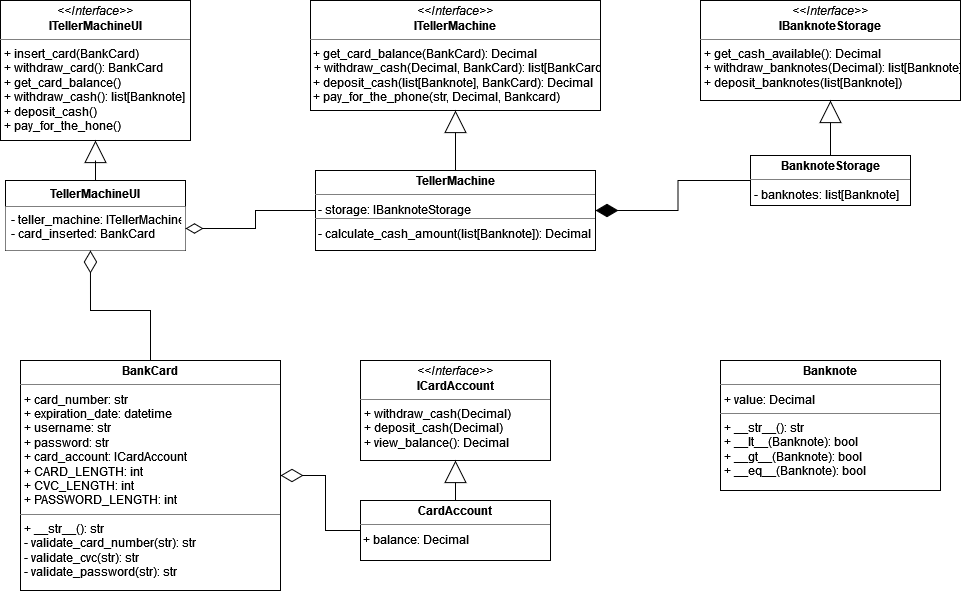
Before: FirstLab/class_diagram.drawio.png, a diagram exported from draw.io (Hopelite/intelligent-system-programming). Source tidied: cells renumbered, new cells last; positions are measured from the earlier drawing's top-left corner, leaving out a move shared by most shapes.
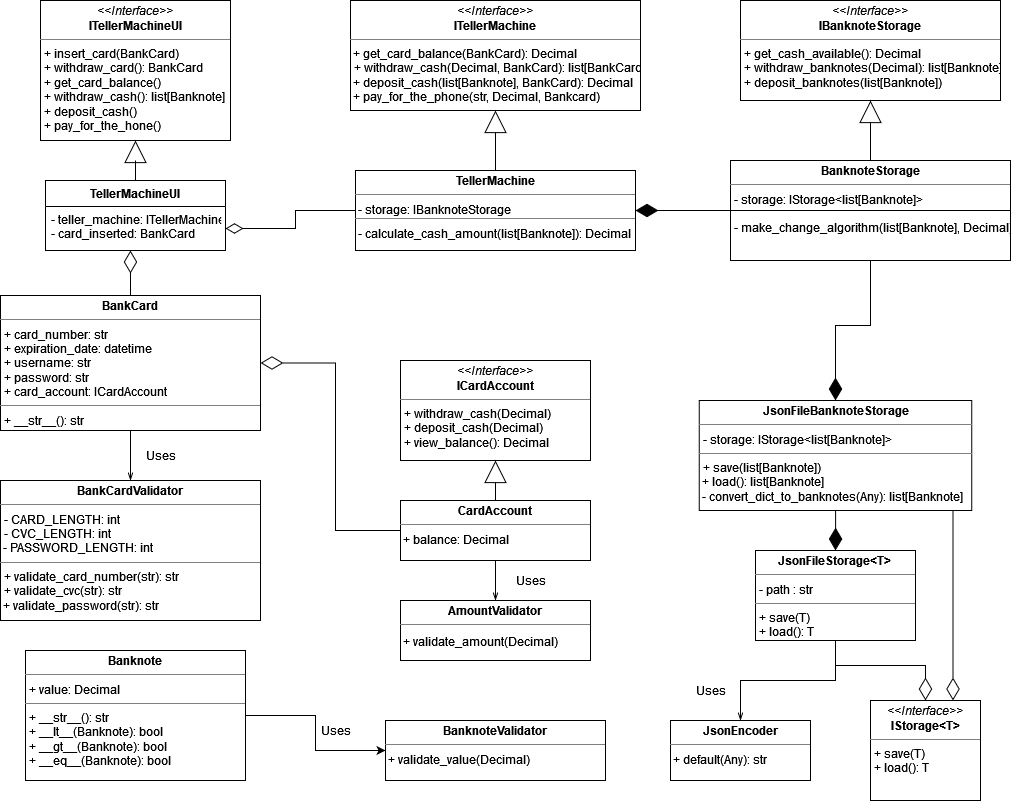
After the commit.

Commit message:
feat: update class diagram

Change to the diagram source:
```diff
@@ -11,7 +11,7 @@
     <mxCell id="4" value="TellerMachineUI" style="swimlane;fontStyle=1;align=center;verticalAlign=top;horizontal=1;startSize=26;labelBackgroundColor=none;fontColor=#000000;" parent="1" vertex="1">
       <mxGeometry x="5" y="180" width="180" height="70" as="geometry" />
     </mxCell>
-    <mxCell id="5" value="- teller_machine: ITellerMachine&#10;- card_inserted: BankCard&#10;" style="text;align=left;verticalAlign=top;spacingLeft=4;spacingRight=4;overflow=hidden;points=[[0,0.5],[1,0.5]];portConstraint=eastwest;labelBackgroundColor=#FFFFFF;fillColor=default;" parent="4" vertex="1">
+    <mxCell id="5" value="- teller_machine: ITellerMachine&#10;- card_inserted: BankCard&#10;" style="text;strokeColor=none;fillColor=none;align=left;verticalAlign=top;spacingLeft=4;spacingRight=4;overflow=hidden;points=[[0,0.5],[1,0.5]];portConstraint=eastwest;labelBackgroundColor=none;fontColor=#000000;" parent="4" vertex="1">
       <mxGeometry y="26" width="180" height="44" as="geometry" />
     </mxCell>
     <mxCell id="6" value="&lt;p style=&quot;margin: 0px ; margin-top: 4px ; text-align: center&quot;&gt;&lt;i&gt;&amp;lt;&amp;lt;Interface&amp;gt;&amp;gt;&lt;/i&gt;&lt;br&gt;&lt;b&gt;ITellerMachine&lt;/b&gt;&lt;/p&gt;&lt;hr size=&quot;1&quot;&gt;&amp;nbsp;+ get_card_balance(BankCard): Decimal&lt;br&gt;&lt;p style=&quot;margin: 0px ; margin-left: 4px&quot;&gt;+ withdraw_cash(Decimal, BankCard): list[BankCard]&lt;/p&gt;&lt;div&gt;&amp;nbsp;+ deposit_cash(list[Banknote], BankCard): Decimal&lt;/div&gt;&lt;div&gt;&amp;nbsp;+ pay_for_the_phone(str, Decimal, Bankcard)&lt;br&gt;&lt;/div&gt;" style="verticalAlign=top;align=left;overflow=fill;fontSize=12;fontFamily=Helvetica;html=1;labelBackgroundColor=none;fontColor=#000000;" parent="1" vertex="1">
@@ -35,8 +35,11 @@
     <mxCell id="12" style="edgeStyle=orthogonalEdgeStyle;rounded=0;jettySize=auto;html=1;entryX=0.5;entryY=1;entryDx=0;entryDy=0;fontColor=#000000;endArrow=block;endFill=0;endSize=20;" parent="1" edge="1" source="13" target="10">
       <mxGeometry relative="1" as="geometry" />
     </mxCell>
+    <mxCell id="21" style="edgeStyle=orthogonalEdgeStyle;rounded=0;jettySize=auto;html=1;entryX=0.5;entryY=0;entryDx=0;entryDy=0;fontColor=#000000;endArrow=diamondThin;endFill=1;endSize=20;strokeWidth=1;" parent="1" edge="1" source="13" target="35">
+      <mxGeometry relative="1" as="geometry" />
+    </mxCell>
-    <mxCell id="13" value="&lt;p style=&quot;margin: 0px ; margin-top: 4px ; text-align: center&quot;&gt;&lt;b&gt;BanknoteStorage&lt;/b&gt;&lt;/p&gt;&lt;hr size=&quot;1&quot;&gt;&lt;p style=&quot;margin: 0px ; margin-left: 4px&quot;&gt;- banknotes: list[Banknote]&lt;br&gt;&lt;/p&gt;" style="verticalAlign=top;align=left;overflow=fill;fontSize=12;fontFamily=Helvetica;html=1;labelBackgroundColor=none;fontColor=#000000;" parent="1" vertex="1">
-      <mxGeometry x="750" y="155" width="160" height="50" as="geometry" />
+    <mxCell id="13" value="&lt;p style=&quot;margin: 0px ; margin-top: 4px ; text-align: center&quot;&gt;&lt;b&gt;BanknoteStorage&lt;/b&gt;&lt;/p&gt;&lt;hr size=&quot;1&quot;&gt;&lt;p style=&quot;margin: 0px ; margin-left: 4px&quot;&gt;- storage: IStorage&amp;lt;list[Banknote]&amp;gt;&lt;/p&gt;&lt;p style=&quot;margin: 0px ; margin-left: 4px&quot;&gt;&lt;br&gt;&lt;/p&gt;&lt;p style=&quot;margin: 0px ; margin-left: 4px&quot;&gt;- make_change_algorithm(list[Banknote], Decimal)&lt;br&gt;&lt;/p&gt;" style="verticalAlign=top;align=left;overflow=fill;fontSize=12;fontFamily=Helvetica;html=1;labelBackgroundColor=none;fontColor=#000000;" parent="1" vertex="1">
+      <mxGeometry x="690" y="160" width="280" height="100" as="geometry" />
     </mxCell>
     <mxCell id="14" value="&lt;p style=&quot;margin: 0px ; margin-top: 4px ; text-align: center&quot;&gt;&lt;i&gt;&amp;lt;&amp;lt;Interface&amp;gt;&amp;gt;&lt;/i&gt;&lt;br&gt;&lt;b&gt;ICardAccount&lt;/b&gt;&lt;/p&gt;&lt;hr size=&quot;1&quot;&gt;&lt;p style=&quot;margin: 0px ; margin-left: 4px&quot;&gt;+ withdraw_cash(Decimal)&lt;br&gt;+ deposit_cash(Decimal)&lt;/p&gt;&lt;p style=&quot;margin: 0px ; margin-left: 4px&quot;&gt;+ view_balance(): Decimal&lt;br&gt;&lt;/p&gt;" style="verticalAlign=top;align=left;overflow=fill;fontSize=12;fontFamily=Helvetica;html=1;labelBackgroundColor=none;fontColor=#000000;" parent="1" vertex="1">
       <mxGeometry x="360" y="360" width="190" height="100" as="geometry" />
@@ -47,17 +50,78 @@
     <mxCell id="16" style="edgeStyle=orthogonalEdgeStyle;rounded=0;jettySize=auto;html=1;entryX=1;entryY=0.5;entryDx=0;entryDy=0;fontColor=#000000;endArrow=diamondThin;endFill=0;endSize=20;" parent="1" edge="1" source="17" target="19">
       <mxGeometry relative="1" as="geometry" />
     </mxCell>
+    <mxCell id="22" style="edgeStyle=orthogonalEdgeStyle;rounded=0;jettySize=auto;html=1;entryX=0.5;entryY=0;entryDx=0;entryDy=0;fontColor=#000000;endArrow=openThin;endFill=0;endSize=6;strokeWidth=1;" parent="1" edge="1" source="17" target="37">
+      <mxGeometry relative="1" as="geometry" />
+    </mxCell>
     <mxCell id="17" value="&lt;p style=&quot;margin: 0px ; margin-top: 4px ; text-align: center&quot;&gt;&lt;b&gt;CardAccount&lt;/b&gt;&lt;/p&gt;&lt;hr size=&quot;1&quot;&gt;&lt;div style=&quot;height: 2px&quot;&gt;&amp;nbsp;+ balance: Decimal&lt;br&gt;&lt;/div&gt;" style="verticalAlign=top;align=left;overflow=fill;fontSize=12;fontFamily=Helvetica;html=1;labelBackgroundColor=none;fontColor=#000000;" parent="1" vertex="1">
       <mxGeometry x="360" y="500" width="190" height="60" as="geometry" />
     </mxCell>
     <mxCell id="18" style="edgeStyle=orthogonalEdgeStyle;rounded=0;jettySize=auto;html=1;entryX=0.472;entryY=1;entryDx=0;entryDy=0;entryPerimeter=0;fontColor=#000000;endArrow=diamondThin;endFill=0;endSize=20;" parent="1" edge="1" source="19" target="5">
       <mxGeometry relative="1" as="geometry" />
     </mxCell>
+    <mxCell id="23" style="edgeStyle=orthogonalEdgeStyle;rounded=0;jettySize=auto;html=1;entryX=0.5;entryY=0;entryDx=0;entryDy=0;fontColor=#000000;endArrow=openThin;endFill=0;endSize=6;strokeWidth=1;" parent="1" edge="1" source="19" target="39">
+      <mxGeometry relative="1" as="geometry" />
+    </mxCell>
-    <mxCell id="19" value="&lt;p style=&quot;margin: 0px ; margin-top: 4px ; text-align: center&quot;&gt;&lt;b&gt;BankCard&lt;/b&gt;&lt;br&gt;&lt;/p&gt;&lt;hr size=&quot;1&quot;&gt;&lt;p style=&quot;margin: 0px ; margin-left: 4px&quot;&gt;+ card_number: str&lt;/p&gt;&lt;p style=&quot;margin: 0px ; margin-left: 4px&quot;&gt;+ expiration_date: datetime&lt;/p&gt;&lt;p style=&quot;margin: 0px ; margin-left: 4px&quot;&gt;+ username: str&lt;/p&gt;&lt;p style=&quot;margin: 0px ; margin-left: 4px&quot;&gt;+ password: str&lt;/p&gt;&lt;p style=&quot;margin: 0px ; margin-left: 4px&quot;&gt;+ card_account: ICardAccount&lt;/p&gt;&lt;p style=&quot;margin: 0px ; margin-left: 4px&quot;&gt;+ CARD_LENGTH: int&lt;/p&gt;&lt;p style=&quot;margin: 0px ; margin-left: 4px&quot;&gt;+ CVC_LENGTH: int&lt;/p&gt;&lt;p style=&quot;margin: 0px ; margin-left: 4px&quot;&gt;+ PASSWORD_LENGTH: int&lt;br&gt;&lt;/p&gt;&lt;hr size=&quot;1&quot;&gt;&lt;p style=&quot;margin: 0px ; margin-left: 4px&quot;&gt;+ __str__(): str&lt;/p&gt;&lt;p style=&quot;margin: 0px ; margin-left: 4px&quot;&gt;- validate_card_number(str): str&lt;/p&gt;&lt;p style=&quot;margin: 0px ; margin-left: 4px&quot;&gt;- validate_cvc(str): str&lt;/p&gt;&lt;p style=&quot;margin: 0px ; margin-left: 4px&quot;&gt;- validate_password(str): str &lt;br&gt;&lt;/p&gt;" style="verticalAlign=top;align=left;overflow=fill;fontSize=12;fontFamily=Helvetica;html=1;labelBackgroundColor=none;fontColor=#000000;" parent="1" vertex="1">
-      <mxGeometry x="20" y="360" width="260" height="230" as="geometry" />
+    <mxCell id="19" value="&lt;p style=&quot;margin: 0px ; margin-top: 4px ; text-align: center&quot;&gt;&lt;b&gt;BankCard&lt;/b&gt;&lt;br&gt;&lt;/p&gt;&lt;hr size=&quot;1&quot;&gt;&lt;p style=&quot;margin: 0px ; margin-left: 4px&quot;&gt;+ card_number: str&lt;/p&gt;&lt;p style=&quot;margin: 0px ; margin-left: 4px&quot;&gt;+ expiration_date: datetime&lt;/p&gt;&lt;p style=&quot;margin: 0px ; margin-left: 4px&quot;&gt;+ username: str&lt;/p&gt;&lt;p style=&quot;margin: 0px ; margin-left: 4px&quot;&gt;+ password: str&lt;/p&gt;&lt;p style=&quot;margin: 0px ; margin-left: 4px&quot;&gt;+ card_account: ICardAccount&lt;/p&gt;&lt;hr size=&quot;1&quot;&gt;&lt;p style=&quot;margin: 0px ; margin-left: 4px&quot;&gt;+ __str__(): str&lt;/p&gt;" style="verticalAlign=top;align=left;overflow=fill;fontSize=12;fontFamily=Helvetica;html=1;labelBackgroundColor=none;fontColor=#000000;" parent="1" vertex="1">
+      <mxGeometry x="-40" y="295" width="260" height="135" as="geometry" />
     </mxCell>
+    <mxCell id="24" style="edgeStyle=orthogonalEdgeStyle;rounded=0;jettySize=auto;html=1;entryX=0;entryY=0.5;entryDx=0;entryDy=0;fontColor=#000000;" parent="1" edge="1" source="20" target="25">
+      <mxGeometry relative="1" as="geometry" />
+    </mxCell>
     <mxCell id="20" value="&lt;p style=&quot;margin: 0px ; margin-top: 4px ; text-align: center&quot;&gt;&lt;b&gt;Banknote&lt;/b&gt;&lt;/p&gt;&lt;hr size=&quot;1&quot;&gt;&lt;p style=&quot;margin: 0px ; margin-left: 4px&quot;&gt;+ value: Decimal&lt;br&gt;&lt;/p&gt;&lt;hr size=&quot;1&quot;&gt;&lt;p style=&quot;margin: 0px ; margin-left: 4px&quot;&gt;+ __str__(): str&lt;/p&gt;&lt;p style=&quot;margin: 0px ; margin-left: 4px&quot;&gt;+ __lt__(Banknote): bool&lt;/p&gt;&lt;p style=&quot;margin: 0px ; margin-left: 4px&quot;&gt;+ __gt__(Banknote): bool&lt;/p&gt;&lt;p style=&quot;margin: 0px ; margin-left: 4px&quot;&gt;+ __eq__(Banknote): bool&lt;br&gt;&lt;/p&gt;" style="verticalAlign=top;align=left;overflow=fill;fontSize=12;fontFamily=Helvetica;html=1;labelBackgroundColor=none;fontColor=#000000;" parent="1" vertex="1">
-      <mxGeometry x="720" y="360" width="220" height="130" as="geometry" />
+      <mxGeometry x="-15" y="650" width="220" height="130" as="geometry" />
     </mxCell>
+    <mxCell id="25" value="&lt;p style=&quot;margin: 0px ; margin-top: 4px ; text-align: center&quot;&gt;&lt;b&gt;BanknoteValidator&lt;/b&gt;&lt;br&gt;&lt;/p&gt;&lt;hr size=&quot;1&quot;&gt;&lt;div style=&quot;height: 2px&quot;&gt;&amp;nbsp;+ validate_value(Decimal)&lt;br&gt;&lt;/div&gt;" style="verticalAlign=top;align=left;overflow=fill;fontSize=12;fontFamily=Helvetica;html=1;" parent="1" vertex="1">
+      <mxGeometry x="345" y="720" width="220" height="60" as="geometry" />
+    </mxCell>
+    <mxCell id="26" value="&lt;div&gt;Uses&lt;/div&gt;" style="text;html=1;align=center;verticalAlign=middle;strokeColor=none;fillColor=none;fontColor=#000000;" parent="1" vertex="1">
+      <mxGeometry x="275" y="720" width="40" height="20" as="geometry" />
+    </mxCell>
+    <mxCell id="27" value="&lt;p style=&quot;margin: 0px ; margin-top: 4px ; text-align: center&quot;&gt;&lt;i&gt;&amp;lt;&amp;lt;Interface&amp;gt;&amp;gt;&lt;/i&gt;&lt;br&gt;&lt;b&gt;IStorage&amp;lt;T&amp;gt;&lt;/b&gt;&lt;/p&gt;&lt;hr size=&quot;1&quot;&gt;&lt;p style=&quot;margin: 0px ; margin-left: 4px&quot;&gt;+ save(T)&lt;br&gt;+ load(): T&lt;br&gt;&lt;/p&gt;" style="verticalAlign=top;align=left;overflow=fill;fontSize=12;fontFamily=Helvetica;html=1;labelBackgroundColor=none;fontColor=#000000;" parent="1" vertex="1">
+      <mxGeometry x="830" y="700" width="110" height="100" as="geometry" />
+    </mxCell>
+    <mxCell id="28" style="edgeStyle=orthogonalEdgeStyle;rounded=0;jettySize=auto;html=1;entryX=0.5;entryY=0;entryDx=0;entryDy=0;fontColor=#000000;endArrow=diamondThin;endFill=0;endSize=20;" parent="1" edge="1" source="30" target="27">
+      <mxGeometry relative="1" as="geometry" />
+    </mxCell>
+    <mxCell id="29" style="edgeStyle=orthogonalEdgeStyle;rounded=0;jettySize=auto;html=1;fontColor=#000000;endArrow=openThin;endFill=0;endSize=6;strokeWidth=1;" parent="1" edge="1" source="30" target="31">
+      <mxGeometry relative="1" as="geometry" />
+    </mxCell>
+    <mxCell id="30" value="&lt;p style=&quot;margin: 0px ; margin-top: 4px ; text-align: center&quot;&gt;&lt;b&gt;JsonFileStorage&amp;lt;T&amp;gt;&lt;/b&gt;&lt;br&gt;&lt;/p&gt;&lt;hr size=&quot;1&quot;&gt;&lt;p style=&quot;margin: 0px ; margin-left: 4px&quot;&gt;- path : str&lt;br&gt;&lt;/p&gt;&lt;hr size=&quot;1&quot;&gt;&lt;p style=&quot;margin: 0px ; margin-left: 4px&quot;&gt;+ save(T)&lt;/p&gt;&lt;p style=&quot;margin: 0px ; margin-left: 4px&quot;&gt;+ load(): T&lt;br&gt;&lt;/p&gt;" style="verticalAlign=top;align=left;overflow=fill;fontSize=12;fontFamily=Helvetica;html=1;labelBackgroundColor=none;fontColor=#000000;" parent="1" vertex="1">
+      <mxGeometry x="715" y="550" width="160" height="90" as="geometry" />
+    </mxCell>
+    <mxCell id="31" value="&lt;p style=&quot;margin: 0px ; margin-top: 4px ; text-align: center&quot;&gt;&lt;b&gt;JsonEncoder&lt;/b&gt;&lt;/p&gt;&lt;hr size=&quot;1&quot;&gt;&lt;div style=&quot;height: 2px&quot;&gt;&amp;nbsp;+ default(Any): str&lt;br&gt;&lt;/div&gt;" style="verticalAlign=top;align=left;overflow=fill;fontSize=12;fontFamily=Helvetica;html=1;labelBackgroundColor=none;fontColor=#000000;" parent="1" vertex="1">
+      <mxGeometry x="630" y="720" width="140" height="60" as="geometry" />
+    </mxCell>
+    <mxCell id="32" value="Uses" style="text;html=1;align=center;verticalAlign=middle;strokeColor=none;fillColor=none;fontColor=#000000;" parent="1" vertex="1">
+      <mxGeometry x="650" y="680" width="40" height="20" as="geometry" />
+    </mxCell>
+    <mxCell id="33" style="edgeStyle=orthogonalEdgeStyle;rounded=0;jettySize=auto;html=1;fontColor=#000000;endArrow=diamondThin;endFill=1;endSize=20;strokeWidth=1;" parent="1" edge="1" source="35" target="30">
+      <mxGeometry relative="1" as="geometry" />
+    </mxCell>
+    <mxCell id="34" style="edgeStyle=orthogonalEdgeStyle;rounded=0;jettySize=auto;html=1;entryX=0.75;entryY=0;entryDx=0;entryDy=0;fontColor=#000000;endArrow=diamondThin;endFill=0;endSize=20;strokeWidth=1;" parent="1" edge="1" source="35" target="27">
+      <mxGeometry relative="1" as="geometry">
+        <Array as="points">
+          <mxPoint x="913" y="475" />
+        </Array>
+      </mxGeometry>
+    </mxCell>
+    <mxCell id="35" value="&lt;p style=&quot;margin: 0px ; margin-top: 4px ; text-align: center&quot;&gt;&lt;b&gt;JsonFileBanknoteStorage&lt;/b&gt;&lt;/p&gt;&lt;hr size=&quot;1&quot;&gt;&lt;p style=&quot;margin: 0px ; margin-left: 4px&quot;&gt;- storage: IStorage&amp;lt;list[Banknote]&amp;gt; &lt;br&gt;&lt;/p&gt;&lt;hr size=&quot;1&quot;&gt;&lt;p style=&quot;margin: 0px ; margin-left: 4px&quot;&gt;+ save(list[Banknote])&lt;/p&gt;&lt;div&gt;&amp;nbsp;+ load(): list[Banknote]&lt;/div&gt;&lt;div&gt;&amp;nbsp;- convert_dict_to_banknotes(Any): list[Banknote]&lt;/div&gt;" style="verticalAlign=top;align=left;overflow=fill;fontSize=12;fontFamily=Helvetica;html=1;labelBackgroundColor=none;fontColor=#000000;" parent="1" vertex="1">
+      <mxGeometry x="658.8" y="400" width="272.5" height="110" as="geometry" />
+    </mxCell>
+    <mxCell id="36" style="line;strokeWidth=1;fillColor=none;align=left;verticalAlign=middle;spacingTop=-1;spacingLeft=3;spacingRight=3;labelPosition=right;labelBackgroundColor=none;fontColor=#000000;" parent="1" vertex="1">
+      <mxGeometry x="690" y="206" width="280" height="8" as="geometry" />
+    </mxCell>
+    <mxCell id="37" value="&lt;p style=&quot;margin: 0px ; margin-top: 4px ; text-align: center&quot;&gt;&lt;b&gt;AmountValidator&lt;/b&gt;&lt;/p&gt;&lt;hr size=&quot;1&quot;&gt;&lt;div style=&quot;height: 2px&quot;&gt;&lt;/div&gt;&amp;nbsp;+ validate_amount(Decimal)" style="verticalAlign=top;align=left;overflow=fill;fontSize=12;fontFamily=Helvetica;html=1;labelBackgroundColor=none;fontColor=#000000;" parent="1" vertex="1">
+      <mxGeometry x="360" y="600" width="190" height="60" as="geometry" />
+    </mxCell>
+    <mxCell id="38" value="&lt;div&gt;Uses&lt;/div&gt;" style="text;html=1;align=center;verticalAlign=middle;strokeColor=none;fillColor=none;fontColor=#000000;" parent="1" vertex="1">
+      <mxGeometry x="470" y="570" width="40" height="20" as="geometry" />
+    </mxCell>
+    <mxCell id="39" value="&lt;p style=&quot;margin: 0px ; margin-top: 4px ; text-align: center&quot;&gt;&lt;b&gt;BankCardValidator&lt;/b&gt;&lt;/p&gt;&lt;hr size=&quot;1&quot;&gt;&lt;p style=&quot;margin: 0px ; margin-left: 4px&quot;&gt;- CARD_LENGTH: int&lt;/p&gt;&lt;p style=&quot;margin: 0px ; margin-left: 4px&quot;&gt;- CVC_LENGTH: int&lt;/p&gt;&amp;nbsp;- PASSWORD_LENGTH: int&lt;hr size=&quot;1&quot;&gt;&lt;p style=&quot;margin: 0px ; margin-left: 4px&quot;&gt;+ validate_card_number(str): str&lt;/p&gt;&lt;p style=&quot;margin: 0px ; margin-left: 4px&quot;&gt;+ validate_cvc(str): str&lt;/p&gt;&amp;nbsp;+ validate_password(str): str " style="verticalAlign=top;align=left;overflow=fill;fontSize=12;fontFamily=Helvetica;html=1;labelBackgroundColor=none;fontColor=#000000;" parent="1" vertex="1">
+      <mxGeometry x="-40" y="480" width="260" height="140" as="geometry" />
+    </mxCell>
+    <mxCell id="40" value="&lt;div&gt;Uses&lt;/div&gt;" style="text;html=1;align=center;verticalAlign=middle;strokeColor=none;fillColor=none;fontColor=#000000;" parent="1" vertex="1">
+      <mxGeometry x="100" y="445" width="40" height="20" as="geometry" />
+    </mxCell>
   </root>
 </mxGraphModel>
```
